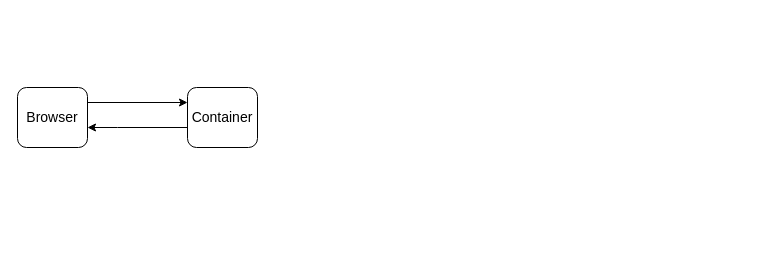
Earlier version of the draw.io diagram page "network" (2 of 2) of Untitled Diagram.drawio (kmkurumi/Learning-Internet-knowledge-by-drawio). Source tidied: cells renumbered, new cells numbered last; positions are measured from the earlier drawing's top-left corner, leaving out a move shared by most shapes. Both pictures are drawn from the tidied source at 100%, with x=0, y=0 at pixel (17, 87).
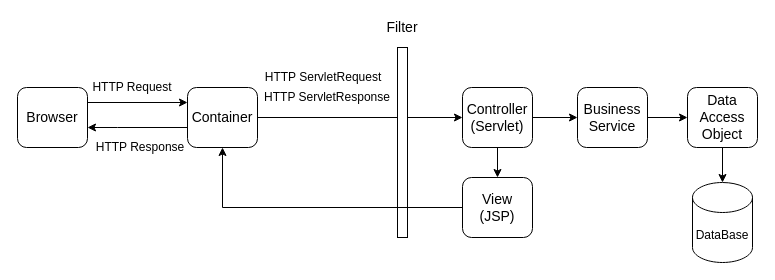
After the change.

The change refers to these unchanged cells:
```xml
<mxCell id="5" value="&lt;font style=&quot;font-size: 14px&quot;&gt;Container&lt;/font&gt;" style="rounded=1;whiteSpace=wrap;html=1;" parent="1" vertex="1">
  <mxGeometry x="170" width="70" height="60" as="geometry" />
</mxCell>
```

What changed in the source:
```diff
@@
+    <mxCell id="6" style="edgeStyle=orthogonalEdgeStyle;rounded=0;jettySize=auto;html=1;" parent="1" edge="1" source="5" target="12">
+      <mxGeometry relative="1" as="geometry" />
+    </mxCell>
@@
+    <mxCell id="7" value="HTTP Request" style="text;html=1;strokeColor=none;fillColor=none;align=center;verticalAlign=middle;whiteSpace=wrap;rounded=0;" parent="1" vertex="1">
+      <mxGeometry x="70" y="-10" width="90" height="20" as="geometry" />
+    </mxCell>
+    <mxCell id="8" value="HTTP Response" style="text;html=1;strokeColor=none;fillColor=none;align=center;verticalAlign=middle;whiteSpace=wrap;rounded=0;" parent="1" vertex="1">
+      <mxGeometry x="68" y="50" width="110" height="20" as="geometry" />
+    </mxCell>
+    <mxCell id="9" style="rounded=0;whiteSpace=wrap;html=1;rotation=-90;" parent="1" vertex="1">
+      <mxGeometry x="290" y="50" width="190" height="10" as="geometry" />
+    </mxCell>
+    <mxCell id="10" style="edgeStyle=orthogonalEdgeStyle;rounded=0;jettySize=auto;html=1;" parent="1" edge="1" source="12" target="14">
+      <mxGeometry relative="1" as="geometry" />
+    </mxCell>
+    <mxCell id="11" style="edgeStyle=orthogonalEdgeStyle;rounded=0;jettySize=auto;html=1;" parent="1" edge="1" source="12" target="19">
+      <mxGeometry relative="1" as="geometry" />
+    </mxCell>
+    <mxCell id="12" value="&lt;span style=&quot;font-size: 14px&quot;&gt;Controller&lt;br&gt;(Servlet)&lt;br&gt;&lt;/span&gt;" style="rounded=1;whiteSpace=wrap;html=1;" parent="1" vertex="1">
+      <mxGeometry x="445" width="70" height="60" as="geometry" />
+    </mxCell>
+    <mxCell id="13" style="edgeStyle=orthogonalEdgeStyle;rounded=0;jettySize=auto;html=1;entryX=0.5;entryY=1;entryDx=0;entryDy=0;" parent="1" edge="1" source="14" target="5">
+      <mxGeometry relative="1" as="geometry">
+        <Array as="points">
+          <mxPoint x="205" y="120" />
+        </Array>
+      </mxGeometry>
+    </mxCell>
+    <mxCell id="14" value="&lt;font style=&quot;font-size: 14px&quot;&gt;View&lt;br&gt;(JSP)&lt;br&gt;&lt;/font&gt;" style="rounded=1;whiteSpace=wrap;html=1;" parent="1" vertex="1">
+      <mxGeometry x="445" y="90" width="70" height="60" as="geometry" />
+    </mxCell>
+    <mxCell id="15" value="DataBase" style="shape=cylinder3;whiteSpace=wrap;html=1;boundedLbl=1;backgroundOutline=1;size=15;" parent="1" vertex="1">
+      <mxGeometry x="675" y="95" width="60" height="80" as="geometry" />
+    </mxCell>
+    <mxCell id="16" value="HTTP ServletRequest" style="text;html=1;strokeColor=none;fillColor=none;align=center;verticalAlign=middle;whiteSpace=wrap;rounded=0;" parent="1" vertex="1">
+      <mxGeometry x="241" y="-20" width="130" height="20" as="geometry" />
+    </mxCell>
+    <mxCell id="17" value="HTTP ServletResponse" style="text;html=1;strokeColor=none;fillColor=none;align=center;verticalAlign=middle;whiteSpace=wrap;rounded=0;" parent="1" vertex="1">
+      <mxGeometry x="245" width="130" height="20" as="geometry" />
+    </mxCell>
+    <mxCell id="18" style="edgeStyle=orthogonalEdgeStyle;rounded=0;jettySize=auto;html=1;" parent="1" edge="1" source="19" target="21">
+      <mxGeometry relative="1" as="geometry" />
+    </mxCell>
+    <mxCell id="19" value="&lt;span style=&quot;font-size: 14px&quot;&gt;Business&lt;br&gt;Service&lt;br&gt;&lt;/span&gt;" style="rounded=1;whiteSpace=wrap;html=1;" parent="1" vertex="1">
+      <mxGeometry x="560" width="70" height="60" as="geometry" />
+    </mxCell>
+    <mxCell id="20" style="edgeStyle=orthogonalEdgeStyle;rounded=0;jettySize=auto;html=1;" parent="1" edge="1" source="21" target="15">
+      <mxGeometry relative="1" as="geometry" />
+    </mxCell>
+    <mxCell id="21" value="&lt;span style=&quot;font-size: 14px&quot;&gt;Data&lt;br&gt;Access Object&lt;br&gt;&lt;/span&gt;" style="rounded=1;whiteSpace=wrap;html=1;" parent="1" vertex="1">
+      <mxGeometry x="670" width="70" height="60" as="geometry" />
+    </mxCell>
+    <mxCell id="22" value="&lt;font style=&quot;font-size: 14px&quot;&gt;Filter&lt;/font&gt;" style="text;html=1;strokeColor=none;fillColor=none;align=center;verticalAlign=middle;whiteSpace=wrap;rounded=0;" parent="1" vertex="1">
+      <mxGeometry x="320" y="-70" width="130" height="20" as="geometry" />
+    </mxCell>
```
